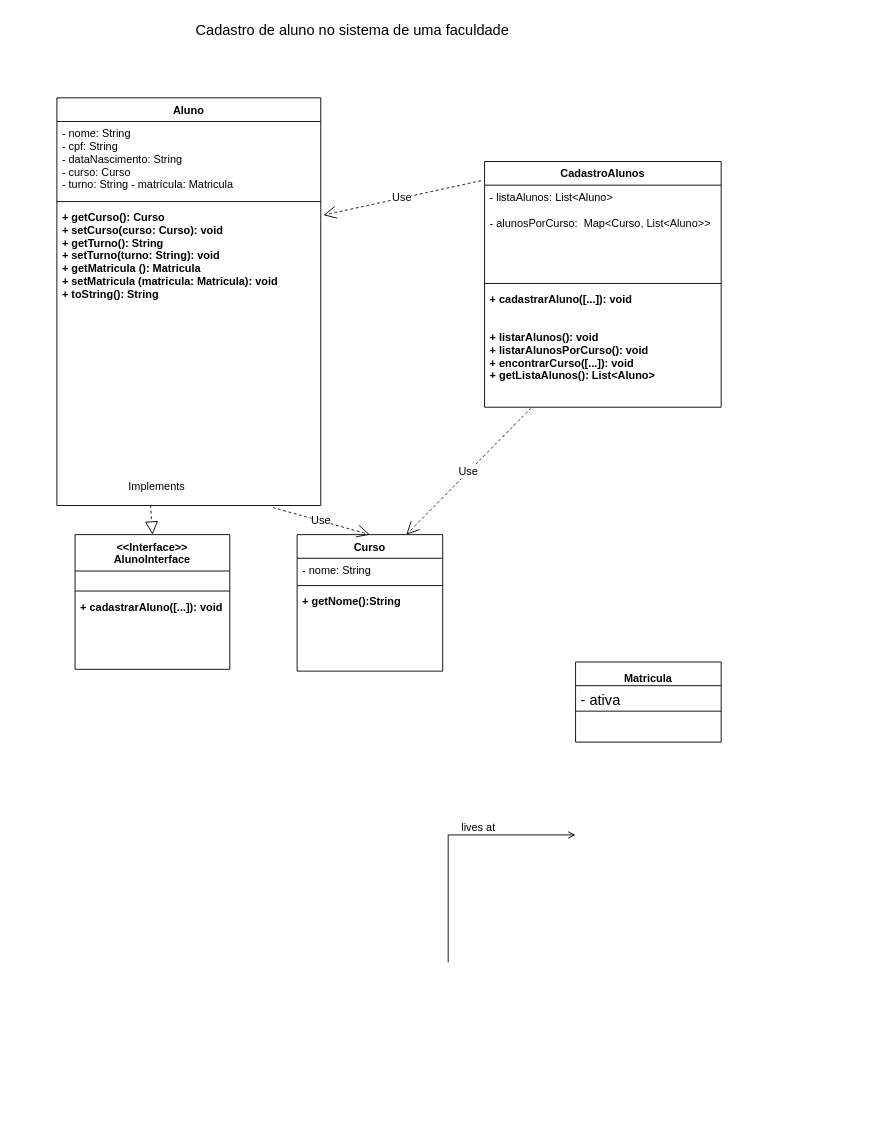
Ju300/teste keeps this draw.io diagram as Untitled Diagram.drawio. Above is the earlier version. Source tidied: cells renumbered, new cells numbered last; positions are measured from the earlier drawing's top-left corner, leaving out a move shared by most shapes. Both pictures are drawn from the tidied source at 91%, with x=0, y=0 at pixel (56, 15).
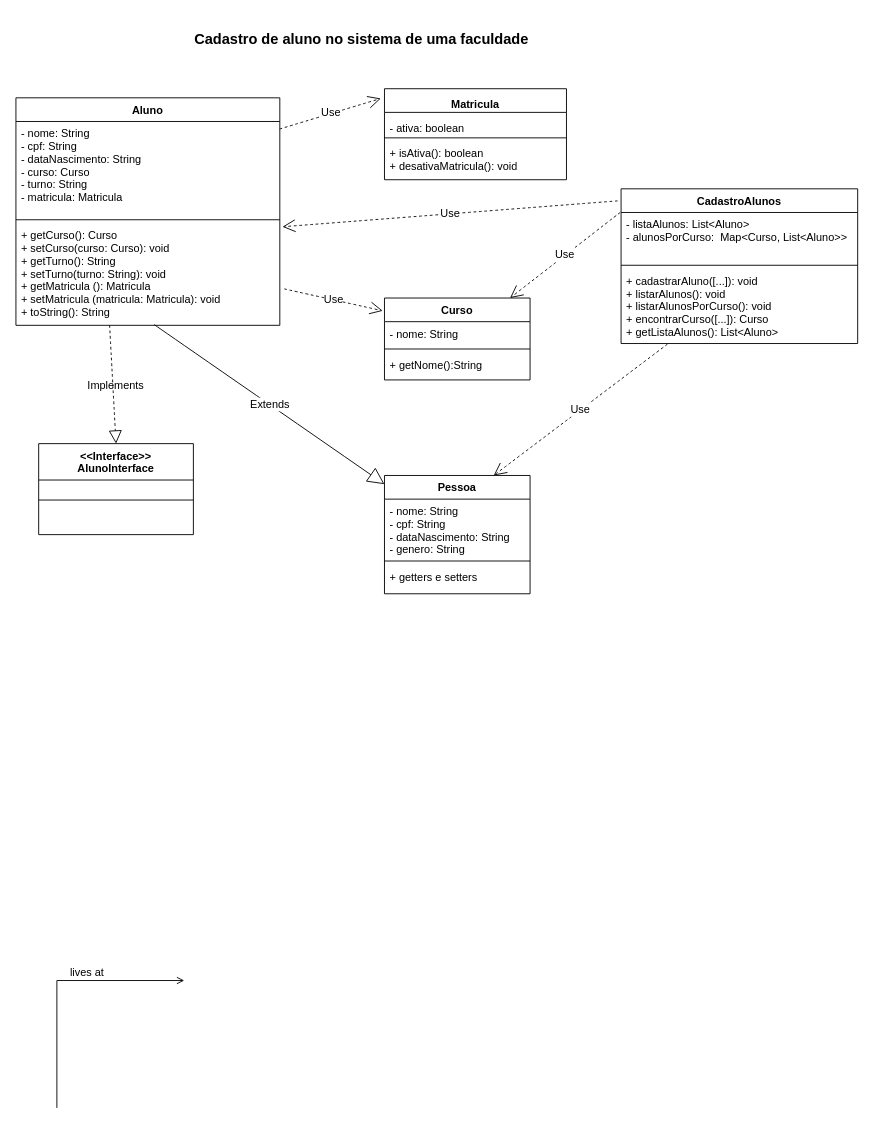
After the change.

What changed in the source:
```diff
@@
     <mxCell id="2" value="Aluno" style="swimlane;fontStyle=1;align=center;verticalAlign=top;horizontal=1;startSize=26;rounded=0;shadow=0;strokeWidth=1;" parent="1" vertex="1">
-      <mxGeometry y="90" width="290" height="448" as="geometry" />
+      <mxGeometry x="-45" y="90" width="290" height="250" as="geometry" />
     </mxCell>
-    <mxCell id="3" value="- nome: String&#10;- cpf: String&#10;- dataNascimento: String &#10;- curso: Curso&#10;- turno: String - matrícula: Matricula" style="text;align=left;verticalAlign=top;spacingLeft=4;spacingRight=4;overflow=hidden;points=[[0,0.5],[1,0.5]];portConstraint=eastwest;rounded=0;shadow=0;html=0;" parent="2" vertex="1">
-      <mxGeometry y="26" width="290" height="84" as="geometry" />
+    <mxCell id="3" value="- nome: String&#10;- cpf: String&#10;- dataNascimento: String &#10;- curso: Curso&#10;- turno: String &#10;- matricula: Matricula" style="text;align=left;verticalAlign=top;spacingLeft=4;spacingRight=4;overflow=hidden;points=[[0,0.5],[1,0.5]];portConstraint=eastwest;rounded=0;shadow=0;html=0;" parent="2" vertex="1">
+      <mxGeometry y="26" width="290" height="104" as="geometry" />
     </mxCell>
     <mxCell id="4" style="line;html=1;strokeWidth=1;align=left;verticalAlign=middle;spacingTop=-1;spacingLeft=3;spacingRight=3;labelPosition=right;" parent="2" vertex="1">
-      <mxGeometry y="110" width="290" height="8" as="geometry" />
+      <mxGeometry y="130" width="290" height="8" as="geometry" />
     </mxCell>
-    <mxCell id="5" value="+ getCurso(): Curso&#10;+ setCurso(curso: Curso): void&#10;+ getTurno(): String&#10;+ setTurno(turno: String): void&#10;+ getMatricula (): Matricula&#10;+ setMatricula (matricula: Matricula): void&#10;+ toString(): String&#10;" style="text;align=left;verticalAlign=top;spacingLeft=4;spacingRight=4;overflow=hidden;points=[[0,0.5],[1,0.5]];portConstraint=eastwest;fontStyle=1;" parent="2" vertex="1">
-      <mxGeometry y="118" width="290" height="330" as="geometry" />
+    <mxCell id="5" value="+ getCurso(): Curso&#10;+ setCurso(curso: Curso): void&#10;+ getTurno(): String&#10;+ setTurno(turno: String): void&#10;+ getMatricula (): Matricula&#10;+ setMatricula (matricula: Matricula): void&#10;+ toString(): String&#10;" style="text;align=left;verticalAlign=top;spacingLeft=4;spacingRight=4;overflow=hidden;points=[[0,0.5],[1,0.5]];portConstraint=eastwest;fontStyle=0;" parent="2" vertex="1">
+      <mxGeometry y="138" width="290" height="112" as="geometry" />
     </mxCell>
     <mxCell id="6" value="&lt;&lt;Interface&gt;&gt;&#10;AlunoInterface" style="swimlane;fontStyle=1;align=center;verticalAlign=top;horizontal=1;startSize=40;rounded=0;shadow=0;strokeWidth=1;" parent="1" vertex="1">
-      <mxGeometry x="20" y="570" width="170" height="148" as="geometry" />
+      <mxGeometry x="-20" y="470" width="170" height="100" as="geometry" />
     </mxCell>
@@
-    <mxCell id="9" value="+ cadastrarAluno([...]): void&#10;&#10;" style="text;align=left;verticalAlign=top;spacingLeft=4;spacingRight=4;overflow=hidden;fontStyle=1;" parent="6" vertex="1">
-      <mxGeometry y="66" width="170" height="34" as="geometry" />
-    </mxCell>
-    <mxCell id="10" value="Curso" style="swimlane;fontStyle=1;align=center;verticalAlign=top;horizontal=1;startSize=26;rounded=0;shadow=0;strokeWidth=1;" parent="1" vertex="1">
-      <mxGeometry x="264" y="570" width="160" height="150" as="geometry" />
+    <mxCell id="10" value="Pessoa" style="swimlane;fontStyle=1;align=center;verticalAlign=top;horizontal=1;startSize=26;rounded=0;shadow=0;strokeWidth=1;" parent="1" vertex="1">
+      <mxGeometry x="360" y="505" width="160" height="130" as="geometry" />
     </mxCell>
-    <mxCell id="11" value="- nome: String " style="text;align=left;verticalAlign=top;spacingLeft=4;spacingRight=4;overflow=hidden;" parent="10" vertex="1">
-      <mxGeometry y="26" width="160" height="26" as="geometry" />
+    <mxCell id="11" value="- nome: String&#10;- cpf: String&#10;- dataNascimento: String&#10;- genero: String  " style="text;align=left;verticalAlign=top;spacingLeft=4;spacingRight=4;overflow=hidden;" parent="10" vertex="1">
+      <mxGeometry y="26" width="160" height="64" as="geometry" />
     </mxCell>
     <mxCell id="12" style="line;html=1;strokeWidth=1;align=left;verticalAlign=middle;spacingTop=-1;spacingLeft=3;spacingRight=3;labelPosition=right;" parent="10" vertex="1">
-      <mxGeometry y="52" width="160" height="8" as="geometry" />
+      <mxGeometry y="90" width="160" height="8" as="geometry" />
     </mxCell>
-    <mxCell id="13" value="+ getNome():String " style="text;align=left;verticalAlign=top;spacingLeft=4;spacingRight=4;overflow=hidden;fontStyle=1;" parent="10" vertex="1">
-      <mxGeometry y="60" width="160" height="90" as="geometry" />
+    <mxCell id="13" value="+ getters e setters" style="text;align=left;verticalAlign=top;spacingLeft=4;spacingRight=4;overflow=hidden;fontStyle=0;" parent="10" vertex="1">
+      <mxGeometry y="98" width="160" height="32" as="geometry" />
     </mxCell>
     <mxCell id="14" value="CadastroAlunos" style="swimlane;fontStyle=1;align=center;verticalAlign=top;horizontal=1;startSize=26;rounded=0;shadow=0;strokeWidth=1;" parent="1" vertex="1">
-      <mxGeometry x="470" y="160" width="260" height="270" as="geometry" />
+      <mxGeometry x="620" y="190" width="260" height="170" as="geometry" />
     </mxCell>
-    <mxCell id="15" value="- listaAlunos: List&lt;Aluno&gt;&#10;&#10;- alunosPorCurso:  Map&lt;Curso, List&lt;Aluno&gt;&gt;" style="text;align=left;verticalAlign=top;spacingLeft=4;spacingRight=4;overflow=hidden;points=[[0,0.5],[1,0.5]];portConstraint=eastwest;rounded=0;shadow=0;html=0;" parent="14" vertex="1">
-      <mxGeometry y="26" width="260" height="104" as="geometry" />
+    <mxCell id="15" value="- listaAlunos: List&lt;Aluno&gt;&#10;- alunosPorCurso:  Map&lt;Curso, List&lt;Aluno&gt;&gt;" style="text;align=left;verticalAlign=top;spacingLeft=4;spacingRight=4;overflow=hidden;points=[[0,0.5],[1,0.5]];portConstraint=eastwest;rounded=0;shadow=0;html=0;" parent="14" vertex="1">
+      <mxGeometry y="26" width="260" height="54" as="geometry" />
     </mxCell>
     <mxCell id="16" style="line;html=1;strokeWidth=1;align=left;verticalAlign=middle;spacingTop=-1;spacingLeft=3;spacingRight=3;labelPosition=right;" parent="14" vertex="1">
-      <mxGeometry y="130" width="260" height="8" as="geometry" />
+      <mxGeometry y="80" width="260" height="8" as="geometry" />
     </mxCell>
-    <mxCell id="17" value="+ cadastrarAluno([...]): void&#10;&#10;&#10;+ listarAlunos(): void&#10;+ listarAlunosPorCurso(): void&#10;+ encontrarCurso([...]): void&#10;+ getListaAlunos(): List&lt;Aluno&gt;&#10;&#10;" style="text;align=left;verticalAlign=top;spacingLeft=4;spacingRight=4;overflow=hidden;points=[[0,0.5],[1,0.5]];portConstraint=eastwest;fontStyle=1;" parent="14" vertex="1">
-      <mxGeometry y="138" width="260" height="132" as="geometry" />
+    <mxCell id="17" value="+ cadastrarAluno([...]): void&#10;+ listarAlunos(): void&#10;+ listarAlunosPorCurso(): void&#10;+ encontrarCurso([...]): Curso&#10;+ getListaAlunos(): List&lt;Aluno&gt;&#10;&#10;" style="text;align=left;verticalAlign=top;spacingLeft=4;spacingRight=4;overflow=hidden;points=[[0,0.5],[1,0.5]];portConstraint=eastwest;fontStyle=0;" parent="14" vertex="1">
+      <mxGeometry y="88" width="260" height="82" as="geometry" />
     </mxCell>
     <mxCell id="18" style="endArrow=open;shadow=0;strokeWidth=1;rounded=0;endFill=1;edgeStyle=elbowEdgeStyle;elbow=vertical;" parent="1" edge="1">
       <mxGeometry x="0.5" y="41" relative="1" as="geometry">
-        <mxPoint x="430" y="1040" as="sourcePoint" />
-        <mxPoint x="570" y="900" as="targetPoint" />
+        <mxPoint y="1200" as="sourcePoint" />
+        <mxPoint x="140" y="1060" as="targetPoint" />
         <Array as="points">
-          <mxPoint x="440" y="900" />
+          <mxPoint x="10" y="1060" />
         </Array>
         <mxPoint x="-40" y="32" as="offset" />
       </mxGeometry>
     </mxCell>
@@
     <mxCell id="20" value="&lt;span style=&quot;font-size: 12px;&quot;&gt;Matricula&lt;/span&gt;" style="swimlane;fontStyle=1;align=center;verticalAlign=top;horizontal=1;startSize=26;whiteSpace=wrap;html=1;fontSize=16;" parent="1" vertex="1">
-      <mxGeometry x="570" y="710" width="160" height="88" as="geometry" />
+      <mxGeometry x="360" y="80" width="200" height="100" as="geometry" />
     </mxCell>
-    <mxCell id="21" value="- ativa" style="text;strokeColor=none;fillColor=none;align=left;verticalAlign=top;spacingLeft=4;spacingRight=4;overflow=hidden;whiteSpace=wrap;html=1;fontSize=16;" parent="20" vertex="1">
-      <mxGeometry y="26" width="160" height="24" as="geometry" />
+    <mxCell id="21" value="&lt;font style=&quot;font-size: 12px;&quot;&gt;- ativa: boolean&lt;/font&gt;" style="text;strokeColor=none;fillColor=none;align=left;verticalAlign=top;spacingLeft=4;spacingRight=4;overflow=hidden;whiteSpace=wrap;html=1;fontSize=16;" parent="20" vertex="1">
+      <mxGeometry y="26" width="200" height="24" as="geometry" />
     </mxCell>
     <mxCell id="22" style="line;strokeWidth=1;fillColor=none;align=left;verticalAlign=middle;spacingTop=-1;spacingLeft=3;spacingRight=3;labelPosition=right;strokeColor=inherit;fontSize=16;" parent="20" vertex="1">
-      <mxGeometry y="50" width="160" height="8" as="geometry" />
+      <mxGeometry y="50" width="200" height="8" as="geometry" />
     </mxCell>
-    <mxCell id="23" value="&amp;nbsp;" style="text;strokeColor=none;fillColor=none;align=left;verticalAlign=top;spacingLeft=4;spacingRight=4;overflow=hidden;whiteSpace=wrap;html=1;fontSize=16;" parent="20" vertex="1">
-      <mxGeometry y="58" width="160" height="30" as="geometry" />
+    <mxCell id="23" value="&lt;div style=&quot;font-size: 12px;&quot;&gt;&lt;font style=&quot;font-size: 12px;&quot;&gt;+ isAtiva(): boolean&lt;/font&gt;&lt;/div&gt;&lt;div align=&quot;center&quot; style=&quot;font-size: 12px;&quot;&gt;&lt;font style=&quot;font-size: 12px;&quot;&gt;+ desativaMatricula(): void&lt;br&gt;&lt;/font&gt;&lt;/div&gt;&lt;div style=&quot;font-size: 15px;&quot;&gt;&lt;font style=&quot;font-size: 15px;&quot;&gt;&lt;br&gt;&lt;/font&gt;&lt;/div&gt;" style="text;strokeColor=none;fillColor=none;align=left;verticalAlign=top;spacingLeft=4;spacingRight=4;overflow=hidden;whiteSpace=wrap;html=1;fontSize=16;" parent="20" vertex="1">
+      <mxGeometry y="58" width="200" height="42" as="geometry" />
     </mxCell>
@@
     <mxCell id="26" value="&lt;font style=&quot;font-size: 12px;&quot;&gt;Implements&lt;/font&gt;" style="text;strokeColor=none;fillColor=none;html=1;align=center;verticalAlign=middle;whiteSpace=wrap;rounded=0;fontSize=16;" parent="1" vertex="1">
-      <mxGeometry x="80" y="500" width="60" height="30" as="geometry" />
+      <mxGeometry x="35" y="390" width="60" height="30" as="geometry" />
     </mxCell>
@@
+    <mxCell id="29" value="&lt;b&gt;Cadastro de aluno no sistema de uma faculdade&lt;/b&gt;" style="text;strokeColor=none;fillColor=none;html=1;align=center;verticalAlign=middle;whiteSpace=wrap;rounded=0;fontSize=16;" parent="1" vertex="1">
+      <mxGeometry x="120" y="10" width="430" height="30" as="geometry" />
+    </mxCell>
+    <mxCell id="30" value="Curso" style="swimlane;fontStyle=1;align=center;verticalAlign=top;horizontal=1;startSize=26;rounded=0;shadow=0;strokeWidth=1;" parent="1" vertex="1">
+      <mxGeometry x="360" y="310" width="160" height="90" as="geometry" />
+    </mxCell>
+    <mxCell id="31" value="- nome: String " style="text;align=left;verticalAlign=top;spacingLeft=4;spacingRight=4;overflow=hidden;" parent="30" vertex="1">
+      <mxGeometry y="26" width="160" height="26" as="geometry" />
+    </mxCell>
+    <mxCell id="32" style="line;html=1;strokeWidth=1;align=left;verticalAlign=middle;spacingTop=-1;spacingLeft=3;spacingRight=3;labelPosition=right;" parent="30" vertex="1">
+      <mxGeometry y="52" width="160" height="8" as="geometry" />
+    </mxCell>
+    <mxCell id="33" value="+ getNome():String " style="text;align=left;verticalAlign=top;spacingLeft=4;spacingRight=4;overflow=hidden;fontStyle=0;" parent="30" vertex="1">
+      <mxGeometry y="60" width="160" height="30" as="geometry" />
+    </mxCell>
-    <mxCell id="28" value="Use" style="endArrow=open;endSize=12;dashed=1;html=1;rounded=0;fontSize=12;curved=1;entryX=0.5;entryY=0;entryDx=0;entryDy=0;exitX=0.819;exitY=1.007;exitDx=0;exitDy=0;exitPerimeter=0;" parent="1" edge="1" source="5" target="10">
+    <mxCell id="28" value="Extends" style="endArrow=block;endSize=16;endFill=0;html=1;rounded=0;fontSize=12;curved=1;exitX=0.524;exitY=0.993;exitDx=0;exitDy=0;exitPerimeter=0;" parent="1" edge="1" source="5" target="10">
       <mxGeometry relative="1" as="geometry" />
     </mxCell>
-    <mxCell id="29" value="Cadastro de aluno no sistema de uma faculdade" style="text;strokeColor=none;fillColor=none;html=1;align=center;verticalAlign=middle;whiteSpace=wrap;rounded=0;fontSize=16;" parent="1" vertex="1">
-      <mxGeometry x="110" width="430" height="30" as="geometry" />
-    </mxCell>
+    <mxCell id="34" value="Use" style="endArrow=open;endSize=12;dashed=1;html=1;rounded=0;fontSize=12;curved=1;entryX=-0.012;entryY=0.156;entryDx=0;entryDy=0;entryPerimeter=0;" parent="1" edge="1" target="30">
+      <mxGeometry relative="1" as="geometry">
+        <mxPoint x="250" y="300" as="sourcePoint" />
+      </mxGeometry>
+    </mxCell>
+    <mxCell id="35" value="Use" style="endArrow=open;endSize=12;dashed=1;html=1;rounded=0;fontSize=12;curved=1;entryX=-0.02;entryY=0.107;entryDx=0;entryDy=0;entryPerimeter=0;" parent="1" edge="1" source="3" target="20">
+      <mxGeometry relative="1" as="geometry" />
+    </mxCell>
+    <mxCell id="36" value="Use" style="endArrow=open;endSize=12;dashed=1;html=1;rounded=0;fontSize=12;curved=1;exitX=-0.004;exitY=0;exitDx=0;exitDy=0;exitPerimeter=0;" parent="1" edge="1" source="15" target="30">
+      <mxGeometry relative="1" as="geometry" />
+    </mxCell>
+    <mxCell id="37" style="edgeStyle=none;curved=1;rounded=0;orthogonalLoop=1;jettySize=auto;html=1;exitX=0.5;exitY=0;exitDx=0;exitDy=0;fontSize=12;startSize=8;endSize=8;" parent="1" edge="1" source="10" target="10">
+      <mxGeometry relative="1" as="geometry" />
+    </mxCell>
```
